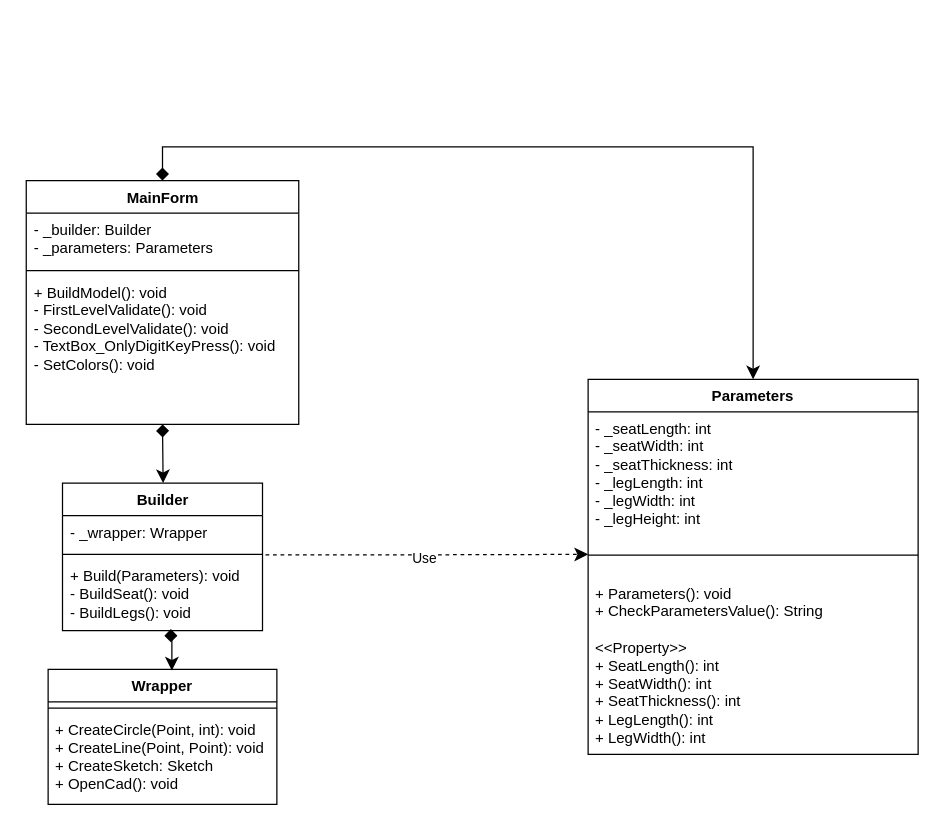
Above: docs/диаграмма.drawio in pikaparson/basics_of_CAD_development (draw.io), before the change. Source tidied: cells renumbered, new cells numbered last; positions are measured from the earlier drawing's top-left corner, leaving out a move shared by most shapes. Both pictures are drawn from the tidied source at 125%, with x=0, y=0 at pixel (26, 146).
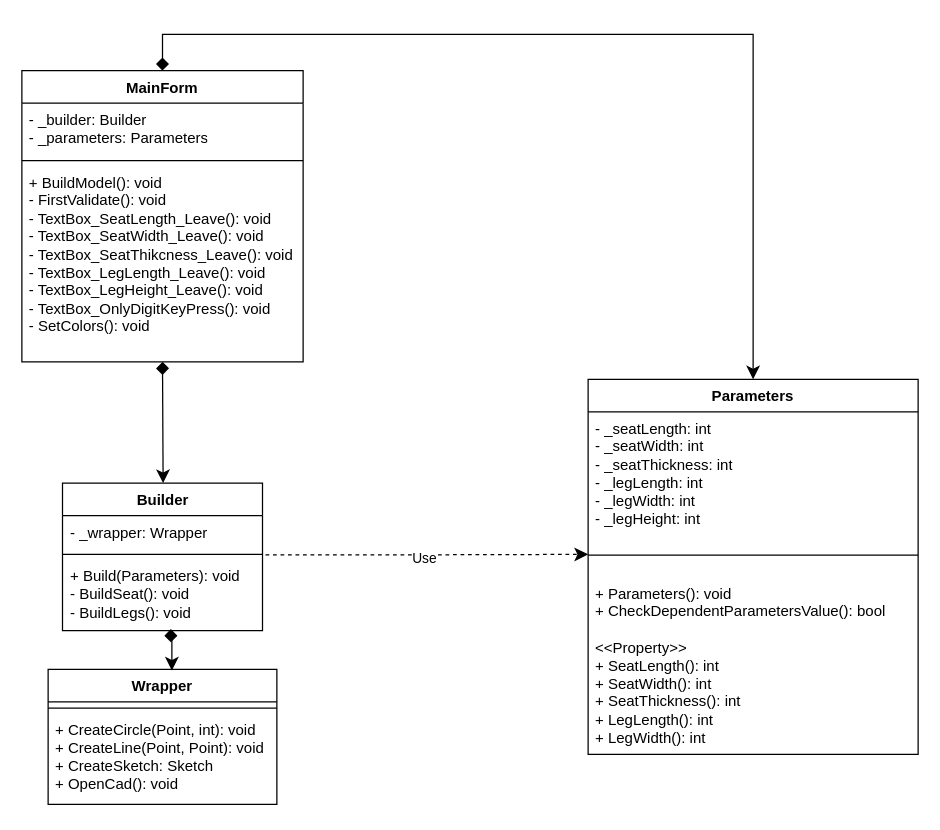
Above is the later version.

The change refers to these unchanged cells:
```xml
<mxCell id="14" value="Parameters" style="swimlane;fontStyle=1;align=center;verticalAlign=top;horizontal=1;startSize=26;whiteSpace=wrap;html=1;" parent="1" vertex="1">
  <mxGeometry x="449" y="186" width="264" height="300" as="geometry" />
</mxCell>
```

Diff of the diagram source:
```diff
@@
     <mxCell id="2" value="MainForm" style="swimlane;fontStyle=1;align=center;verticalAlign=top;horizontal=1;startSize=26;whiteSpace=wrap;html=1;" parent="1" vertex="1">
-      <mxGeometry x="-0.5" y="27" width="218" height="195" as="geometry" />
+      <mxGeometry x="-4" y="-61" width="225" height="233" as="geometry" />
     </mxCell>
     <mxCell id="3" value="- _builder: Builder&lt;div&gt;- _parameters: Parameters&lt;br&gt;&lt;/div&gt;" style="text;strokeColor=none;fillColor=none;align=left;verticalAlign=top;spacingLeft=4;spacingRight=4;overflow=hidden;whiteSpace=wrap;html=1;" parent="2" vertex="1">
-      <mxGeometry y="26" width="218" height="42" as="geometry" />
+      <mxGeometry y="26" width="225" height="42" as="geometry" />
     </mxCell>
     <mxCell id="4" style="line;strokeWidth=1;fillColor=none;align=left;verticalAlign=middle;spacingTop=-1;spacingLeft=3;spacingRight=3;labelPosition=right;strokeColor=inherit;" parent="2" vertex="1">
-      <mxGeometry y="68" width="218" height="8" as="geometry" />
+      <mxGeometry y="68" width="225" height="8" as="geometry" />
     </mxCell>
-    <mxCell id="5" value="+ BuildModel(): void&lt;div&gt;- FirstLevelValidate(): void&lt;/div&gt;&lt;div&gt;- SecondLevelValidate(): void&lt;br&gt;&lt;div&gt;- TextBox_OnlyDigitKeyPress(): void&lt;/div&gt;&lt;/div&gt;&lt;div&gt;- SetColors(): void&lt;/div&gt;" style="text;strokeColor=none;fillColor=none;align=left;verticalAlign=top;spacingLeft=4;spacingRight=4;overflow=hidden;whiteSpace=wrap;html=1;" parent="2" vertex="1">
-      <mxGeometry y="76" width="218" height="119" as="geometry" />
+    <mxCell id="5" value="+ BuildModel(): void&lt;div&gt;- FirstValidate(): void&lt;/div&gt;&lt;div&gt;- TextBox_SeatLength_Leave(): void&lt;/div&gt;&lt;div&gt;- TextBox_SeatWidth_Leave(): void&lt;/div&gt;&lt;div&gt;- TextBox_SeatThikcness_Leave(): void&lt;/div&gt;&lt;div&gt;- TextBox_LegLength_Leave(): void&lt;/div&gt;&lt;div&gt;- TextBox_LegHeight_Leave(): void&lt;br&gt;&lt;div&gt;- TextBox_OnlyDigitKeyPress(): void&lt;/div&gt;&lt;/div&gt;&lt;div&gt;- SetColors(): void&lt;/div&gt;" style="text;strokeColor=none;fillColor=none;align=left;verticalAlign=top;spacingLeft=4;spacingRight=4;overflow=hidden;whiteSpace=wrap;html=1;" parent="2" vertex="1">
+      <mxGeometry y="76" width="225" height="157" as="geometry" />
     </mxCell>
@@
-    <mxCell id="17" value="+ Parameters(): void&lt;div&gt;+ CheckParametersValue(): String&lt;br&gt;&lt;div&gt;&lt;br&gt;&lt;/div&gt;&lt;div&gt;&amp;lt;&amp;lt;Property&amp;gt;&amp;gt;&lt;/div&gt;&lt;div&gt;+ SeatLength(): int&lt;/div&gt;&lt;div&gt;+ SeatWidth(): int&lt;br&gt;&lt;/div&gt;&lt;div&gt;+ SeatThickness(): int&lt;br&gt;&lt;/div&gt;&lt;div&gt;+ LegLength(): int&lt;br&gt;&lt;/div&gt;&lt;div&gt;+ LegWidth(): int&lt;/div&gt;&lt;/div&gt;" style="text;strokeColor=none;fillColor=none;align=left;verticalAlign=top;spacingLeft=4;spacingRight=4;overflow=hidden;whiteSpace=wrap;html=1;" parent="14" vertex="1">
+    <mxCell id="17" value="+ Parameters(): void&lt;div&gt;+ CheckDependentParametersValue(): bool&amp;nbsp;&lt;br&gt;&lt;div&gt;&lt;br&gt;&lt;/div&gt;&lt;div&gt;&amp;lt;&amp;lt;Property&amp;gt;&amp;gt;&lt;/div&gt;&lt;div&gt;+ SeatLength(): int&lt;/div&gt;&lt;div&gt;+ SeatWidth(): int&lt;br&gt;&lt;/div&gt;&lt;div&gt;+ SeatThickness(): int&lt;br&gt;&lt;/div&gt;&lt;div&gt;+ LegLength(): int&lt;br&gt;&lt;/div&gt;&lt;div&gt;+ LegWidth(): int&lt;/div&gt;&lt;/div&gt;" style="text;strokeColor=none;fillColor=none;align=left;verticalAlign=top;spacingLeft=4;spacingRight=4;overflow=hidden;whiteSpace=wrap;html=1;" parent="14" vertex="1">
       <mxGeometry y="158" width="264" height="142" as="geometry" />
     </mxCell>
     <mxCell id="18" style="edgeStyle=elbowEdgeStyle;elbow=horizontal;endArrow=classic;html=1;curved=0;rounded=0;endSize=8;startSize=8;exitX=0.5;exitY=0;exitDx=0;exitDy=0;strokeColor=default;startArrow=diamond;startFill=1;entryX=0.5;entryY=0;entryDx=0;entryDy=0;" parent="1" edge="1" source="2" target="14">
       <mxGeometry relative="1" as="geometry">
         <Array as="points">
-          <mxPoint x="361" />
+          <mxPoint x="352" y="-90" />
         </Array>
       </mxGeometry>
     </mxCell>
```
